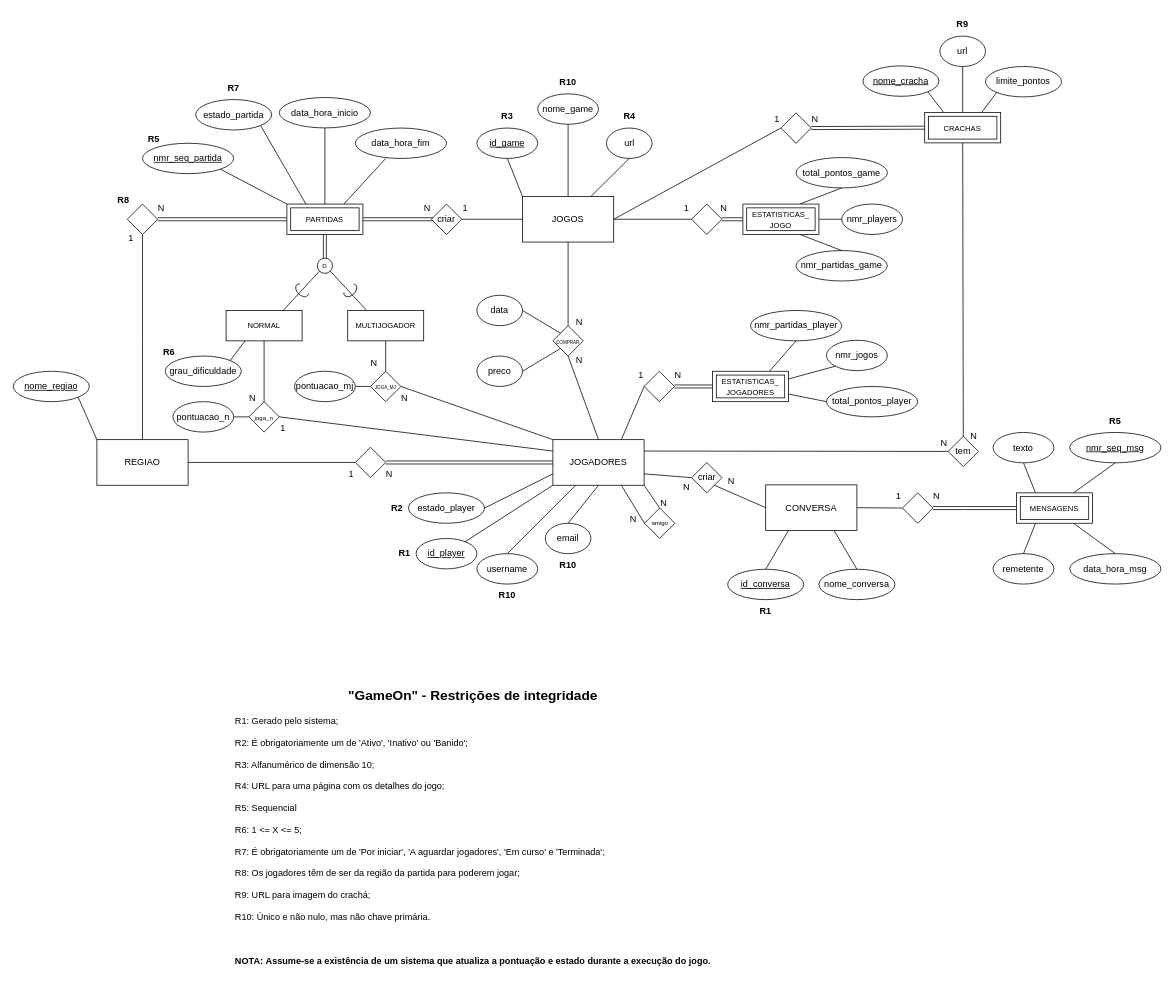
Before: Docs/ModeloEAG9.drawio in TiagoNeves9/SisInf-SV2223-G9, a draw.io diagram. Source tidied: cells renumbered, new cells numbered last; positions are measured from the earlier drawing's top-left corner, leaving out a move shared by most shapes. Both pictures are drawn from the tidied source at 76%, with x=0, y=0 at pixel (13, 13).
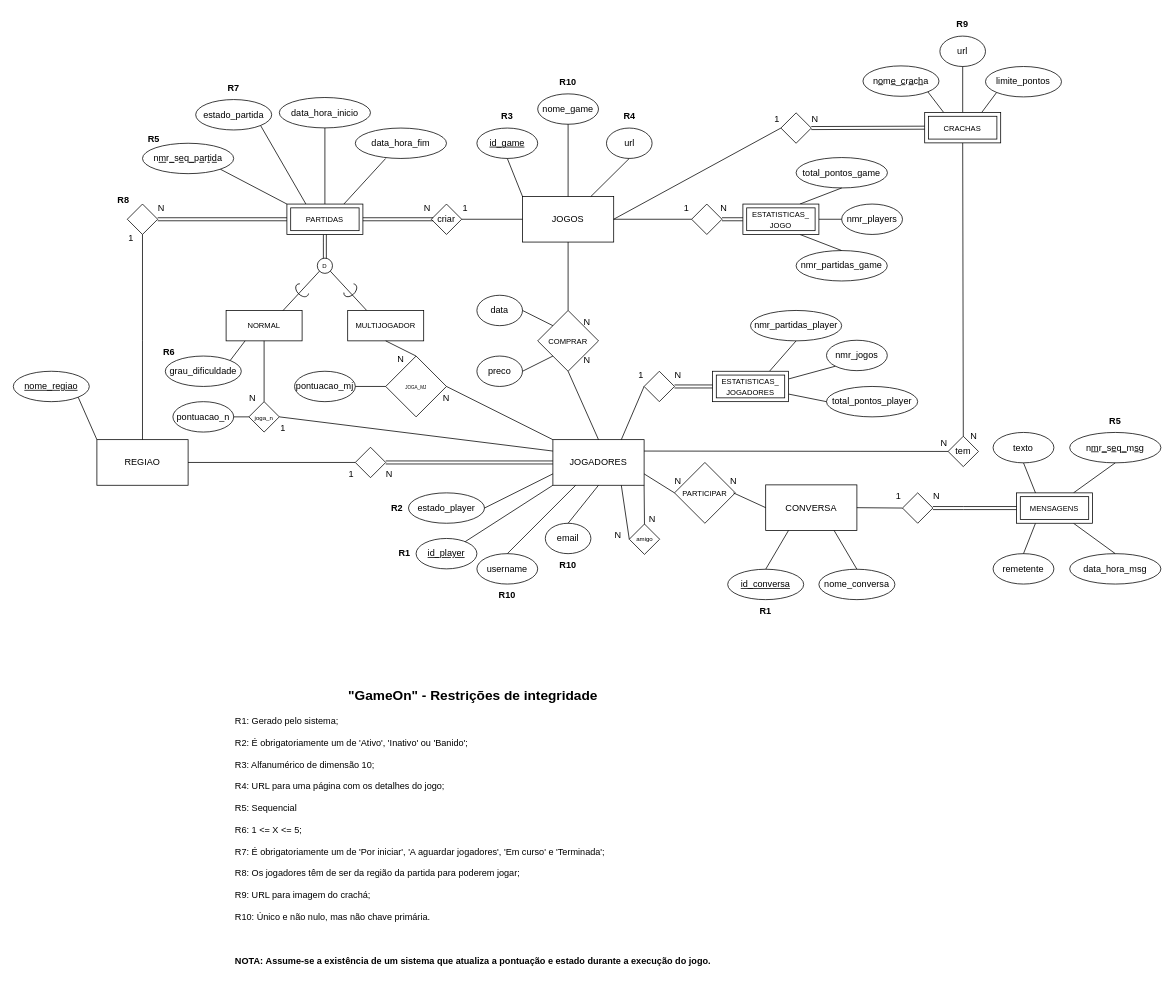
The same diagram, later.

Commit message (it also covers changes not shown here):
Tracejado nas chaves das FRACAS e CRIAR (n por n) agora chama-se PARTICIPAR

Unchanged cells that the change refers to:
```xml
<mxCell id="2" value="JOGADORES" style="rounded=0;whiteSpace=wrap;html=1;" parent="1" vertex="1">
  <mxGeometry x="710" y="561" width="120" height="60" as="geometry" />
</mxCell>
<mxCell id="47" value="data" style="ellipse;whiteSpace=wrap;html=1;" parent="1" vertex="1">
  <mxGeometry x="610" y="371" width="60" height="40" as="geometry" />
</mxCell>
<mxCell id="116" value="CONVERSA" style="rounded=0;whiteSpace=wrap;html=1;" parent="1" vertex="1">
  <mxGeometry x="990" y="620.5" width="120" height="60" as="geometry" />
</mxCell>
```

The edit, as a diff of the source:
```diff
@@
-    <mxCell id="22" value="&lt;u&gt;nmr_seq_partida&lt;/u&gt;" style="ellipse;whiteSpace=wrap;html=1;" parent="1" vertex="1">
+    <mxCell id="22" value="n&lt;u&gt;m&lt;/u&gt;r&lt;u&gt;_&lt;/u&gt;s&lt;u&gt;e&lt;/u&gt;q&lt;u&gt;_&lt;/u&gt;p&lt;u&gt;a&lt;/u&gt;r&lt;u&gt;t&lt;/u&gt;i&lt;u&gt;d&lt;/u&gt;a" style="ellipse;whiteSpace=wrap;html=1;" parent="1" vertex="1">
       <mxGeometry x="170" y="171" width="120" height="40" as="geometry" />
     </mxCell>
@@
-    <mxCell id="41" value="&lt;font style=&quot;font-size: 6px;&quot;&gt;COMPRAR&lt;/font&gt;" style="rhombus;whiteSpace=wrap;html=1;" parent="1" vertex="1">
-      <mxGeometry x="710" y="411" width="40" height="40" as="geometry" />
+    <mxCell id="41" value="&lt;font style=&quot;font-size: 10px;&quot;&gt;COMPRAR&lt;/font&gt;" style="rhombus;whiteSpace=wrap;html=1;" parent="1" vertex="1">
+      <mxGeometry x="690" y="391" width="80" height="80" as="geometry" />
     </mxCell>
@@
     <mxCell id="44" value="N" style="text;html=1;strokeColor=none;fillColor=none;align=center;verticalAlign=middle;whiteSpace=wrap;rounded=0;" parent="1" vertex="1">
-      <mxGeometry x="730" y="391" width="30" height="30" as="geometry" />
+      <mxGeometry x="740" y="391" width="30" height="30" as="geometry" />
     </mxCell>
     <mxCell id="45" value="N" style="text;html=1;strokeColor=none;fillColor=none;align=center;verticalAlign=middle;whiteSpace=wrap;rounded=0;" parent="1" vertex="1">
-      <mxGeometry x="730" y="441" width="30" height="30" as="geometry" />
+      <mxGeometry x="740" y="441" width="30" height="30" as="geometry" />
     </mxCell>
@@
-    <mxCell id="48" style="endArrow=none;html=1;rounded=0;fontSize=8;entryX=1;entryY=0.5;entryDx=0;entryDy=0;exitX=0;exitY=0;exitDx=0;exitDy=0;" parent="1" edge="1" source="41" target="47">
-      <mxGeometry relative="1" as="geometry" />
+    <mxCell id="48" style="endArrow=none;html=1;rounded=0;fontSize=8;entryX=1;entryY=0.5;entryDx=0;entryDy=0;" parent="1" edge="1" target="47">
+      <mxGeometry relative="1" as="geometry">
+        <mxPoint x="710" y="411" as="sourcePoint" />
+      </mxGeometry>
     </mxCell>
@@
     <mxCell id="57" value="&lt;font style=&quot;font-size: 6px;&quot;&gt;JOGA_MJ&lt;/font&gt;" style="rhombus;whiteSpace=wrap;html=1;" parent="1" vertex="1">
-      <mxGeometry x="470" y="471" width="40" height="40" as="geometry" />
+      <mxGeometry x="490" y="451" width="80" height="80" as="geometry" />
     </mxCell>
     <mxCell id="58" value="N" style="text;html=1;strokeColor=none;fillColor=none;align=center;verticalAlign=middle;whiteSpace=wrap;rounded=0;" parent="1" vertex="1">
-      <mxGeometry x="460" y="446" width="30" height="30" as="geometry" />
+      <mxGeometry x="495" y="440.2" width="30" height="30" as="geometry" />
     </mxCell>
     <mxCell id="59" value="N" style="text;html=1;strokeColor=none;fillColor=none;align=center;verticalAlign=middle;whiteSpace=wrap;rounded=0;" parent="1" vertex="1">
-      <mxGeometry x="500" y="491" width="30" height="30" as="geometry" />
+      <mxGeometry x="555" y="491.5" width="30" height="30" as="geometry" />
     </mxCell>
@@
     <mxCell id="69" value="amigo" style="rhombus;whiteSpace=wrap;html=1;fontSize=8;" parent="1" vertex="1">
-      <mxGeometry x="830.5" y="651" width="40" height="40" as="geometry" />
+      <mxGeometry x="810.5" y="672" width="40" height="40" as="geometry" />
     </mxCell>
     <mxCell id="70" value="N" style="text;html=1;strokeColor=none;fillColor=none;align=center;verticalAlign=middle;whiteSpace=wrap;rounded=0;" parent="1" vertex="1">
-      <mxGeometry x="840.5" y="630" width="30" height="30" as="geometry" />
+      <mxGeometry x="825.5" y="650.5" width="30" height="30" as="geometry" />
     </mxCell>
     <mxCell id="71" value="N" style="text;html=1;strokeColor=none;fillColor=none;align=center;verticalAlign=middle;whiteSpace=wrap;rounded=0;" parent="1" vertex="1">
-      <mxGeometry x="800.5" y="651" width="30" height="30" as="geometry" />
+      <mxGeometry x="780.5" y="672" width="30" height="30" as="geometry" />
     </mxCell>
-    <mxCell id="72" style="endArrow=none;html=1;rounded=0;fontSize=8;exitX=1;exitY=1;exitDx=0;exitDy=0;entryX=0.5;entryY=0;entryDx=0;entryDy=0;" parent="1" edge="1" source="2" target="69">
+    <mxCell id="72" style="endArrow=none;html=1;rounded=0;fontSize=8;entryX=0.5;entryY=0;entryDx=0;entryDy=0;exitX=1;exitY=1;exitDx=0;exitDy=0;" parent="1" edge="1" source="2" target="69">
       <mxGeometry relative="1" as="geometry" />
     </mxCell>
@@
-    <mxCell id="75" value="&lt;u&gt;nome_cracha&lt;/u&gt;" style="ellipse;whiteSpace=wrap;html=1;" parent="1" vertex="1">
+    <mxCell id="75" value="n&lt;u&gt;o&lt;/u&gt;m&lt;u&gt;e&lt;/u&gt;_&lt;u&gt;c&lt;/u&gt;r&lt;u&gt;a&lt;/u&gt;c&lt;u&gt;h&lt;/u&gt;a" style="ellipse;whiteSpace=wrap;html=1;" parent="1" vertex="1">
       <mxGeometry x="1118" y="69.2" width="100" height="40" as="geometry" />
     </mxCell>
@@
-    <mxCell id="117" value="criar" style="rhombus;whiteSpace=wrap;html=1;" parent="1" vertex="1">
-      <mxGeometry x="892.5" y="591" width="40" height="40" as="geometry" />
+    <mxCell id="117" value="&lt;font style=&quot;font-size: 10px;&quot;&gt;PARTICIPAR&lt;/font&gt;" style="rhombus;whiteSpace=wrap;html=1;" parent="1" vertex="1">
+      <mxGeometry x="870" y="591" width="80" height="80" as="geometry" />
     </mxCell>
@@
-    <mxCell id="119" style="endArrow=none;html=1;rounded=0;fontSize=8;exitX=0;exitY=0.5;exitDx=0;exitDy=0;entryX=1;entryY=1;entryDx=0;entryDy=0;" parent="1" edge="1" source="116" target="117">
+    <mxCell id="119" style="endArrow=none;html=1;rounded=0;fontSize=8;exitX=0;exitY=0.5;exitDx=0;exitDy=0;entryX=0.5;entryY=1;entryDx=0;entryDy=0;" parent="1" edge="1" source="116" target="125">
       <mxGeometry relative="1" as="geometry" />
     </mxCell>
@@
     <mxCell id="125" value="N" style="text;html=1;strokeColor=none;fillColor=none;align=center;verticalAlign=middle;whiteSpace=wrap;rounded=0;" parent="1" vertex="1">
-      <mxGeometry x="930" y="600.5" width="30" height="30" as="geometry" />
+      <mxGeometry x="932.5" y="601" width="30" height="30" as="geometry" />
     </mxCell>
     <mxCell id="126" value="N" style="text;html=1;strokeColor=none;fillColor=none;align=center;verticalAlign=middle;whiteSpace=wrap;rounded=0;" parent="1" vertex="1">
-      <mxGeometry x="870.5" y="609" width="30" height="30" as="geometry" />
+      <mxGeometry x="859.5" y="601" width="30" height="30" as="geometry" />
     </mxCell>
@@
-    <mxCell id="130" value="&lt;u&gt;nmr_seq_msg&lt;/u&gt;" style="ellipse;whiteSpace=wrap;html=1;" parent="1" vertex="1">
+    <mxCell id="130" value="n&lt;u&gt;m&lt;/u&gt;r&lt;u&gt;_&lt;/u&gt;s&lt;u&gt;e&lt;/u&gt;q&lt;u&gt;_&lt;/u&gt;m&lt;u&gt;s&lt;/u&gt;g" style="ellipse;whiteSpace=wrap;html=1;" parent="1" vertex="1">
       <mxGeometry x="1390" y="551.5" width="120" height="40" as="geometry" />
     </mxCell>
```
